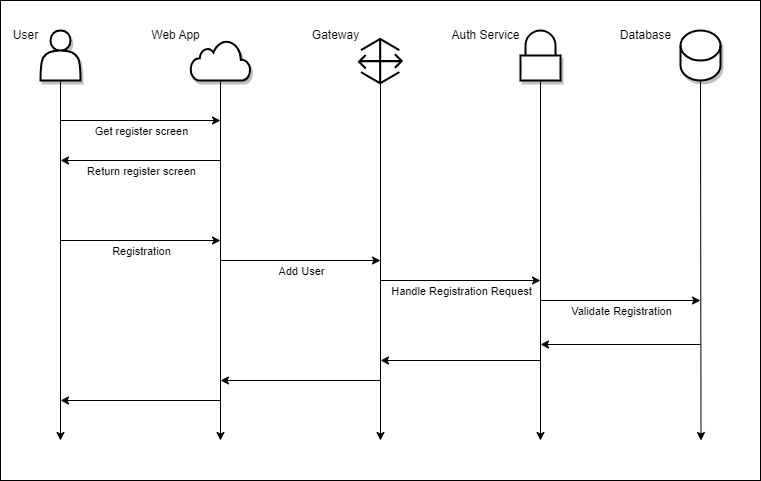
Earlier version of the draw.io export docs/images/06_register.drawio.png (Arquisoft/wiq_es05b). Source tidied: cells renumbered, new cells last; positions are measured from the earlier drawing's top-left corner, leaving out a move shared by most shapes. Source of this version:
```xml
<mxGraphModel>
  <root>
    <mxCell id="0" />
    <mxCell id="1" value="Background" parent="0" />
    <mxCell id="2" style="whiteSpace=wrap;html=1;" parent="1" vertex="1">
      <mxGeometry width="760" height="480" as="geometry" />
    </mxCell>
    <mxCell id="3" style="verticalLabelPosition=bottom;verticalAlign=top;align=center;html=1;fontSize=12;fontStyle=0;shape=mxgraph.aws4.gateway;shadow=0;fillColor=#000000;fontColor=#ffffff;strokeColor=none;strokeWidth=1;gradientColor=none;perimeterSpacing=1;" parent="1" vertex="1">
      <mxGeometry x="357" y="37" width="45.7" height="47.3" as="geometry" />
    </mxCell>
    <mxCell id="4" value="Diagram" parent="0" />
    <mxCell id="5" style="edgeStyle=none;html=1;startArrow=none;" parent="4" edge="1">
      <mxGeometry relative="1" as="geometry">
        <mxPoint x="60" y="80" as="sourcePoint" />
        <mxPoint x="60" y="440" as="targetPoint" />
      </mxGeometry>
    </mxCell>
    <mxCell id="6" style="shape=actor;whiteSpace=wrap;html=1;shadow=1;strokeWidth=2;" parent="4" vertex="1">
      <mxGeometry x="40" y="30" width="40" height="50" as="geometry" />
    </mxCell>
    <mxCell id="7" style="edgeStyle=none;html=1;exitX=0.5;exitY=1;exitDx=0;exitDy=0;" parent="4" edge="1">
      <mxGeometry relative="1" as="geometry">
        <mxPoint x="220" y="80" as="sourcePoint" />
        <mxPoint x="220" y="440" as="targetPoint" />
      </mxGeometry>
    </mxCell>
    <mxCell id="8" style="edgeStyle=none;html=1;exitX=0.5;exitY=1;exitDx=0;exitDy=0;" parent="4" edge="1">
      <mxGeometry relative="1" as="geometry">
        <mxPoint x="380" y="80" as="sourcePoint" />
        <mxPoint x="380" y="440" as="targetPoint" />
      </mxGeometry>
    </mxCell>
    <mxCell id="9" style="edgeStyle=none;html=1;exitX=0.5;exitY=1;exitDx=0;exitDy=0;exitPerimeter=0;" parent="4" edge="1" source="10">
      <mxGeometry relative="1" as="geometry">
        <mxPoint x="700.5" y="440" as="targetPoint" />
      </mxGeometry>
    </mxCell>
    <mxCell id="10" value="&lt;br&gt;" style="shape=cylinder3;whiteSpace=wrap;html=1;boundedLbl=1;backgroundOutline=1;size=15;shadow=1;sketch=0;fillStyle=auto;fillColor=#FFFFFF;strokeWidth=2;" parent="4" vertex="1">
      <mxGeometry x="680" y="30" width="40" height="50" as="geometry" />
    </mxCell>
    <mxCell id="11" style="endArrow=classic;html=1;" parent="4" edge="1">
      <mxGeometry relative="1" as="geometry">
        <mxPoint x="60" y="120" as="sourcePoint" />
        <mxPoint x="220" y="120" as="targetPoint" />
      </mxGeometry>
    </mxCell>
    <mxCell id="12" value="Get register screen" style="edgeLabel;html=1;align=center;verticalAlign=middle;" parent="11" vertex="1">
      <mxGeometry x="-0.4" y="2" relative="1" as="geometry">
        <mxPoint x="32" y="12" as="offset" />
      </mxGeometry>
    </mxCell>
    <mxCell id="13" style="endArrow=classic;html=1;" parent="4" edge="1">
      <mxGeometry relative="1" as="geometry">
        <mxPoint x="220" y="160" as="sourcePoint" />
        <mxPoint x="60" y="160" as="targetPoint" />
      </mxGeometry>
    </mxCell>
    <mxCell id="14" value="Return register screen" style="edgeLabel;html=1;align=center;verticalAlign=middle;" parent="13" vertex="1">
      <mxGeometry x="-0.17" y="-3" relative="1" as="geometry">
        <mxPoint x="-14" y="13" as="offset" />
      </mxGeometry>
    </mxCell>
    <mxCell id="15" style="edgeStyle=none;orthogonalLoop=1;jettySize=auto;html=1;" parent="4" edge="1">
      <mxGeometry relative="1" as="geometry">
        <mxPoint x="60" y="240" as="sourcePoint" />
        <mxPoint x="220" y="240" as="targetPoint" />
      </mxGeometry>
    </mxCell>
    <mxCell id="16" value="Registration" style="edgeLabel;html=1;align=center;verticalAlign=middle;" parent="15" vertex="1">
      <mxGeometry x="-0.39" relative="1" as="geometry">
        <mxPoint x="31" y="10" as="offset" />
      </mxGeometry>
    </mxCell>
    <mxCell id="17" style="edgeStyle=none;orthogonalLoop=1;jettySize=auto;html=1;" parent="4" edge="1">
      <mxGeometry relative="1" as="geometry">
        <mxPoint x="220" y="260" as="sourcePoint" />
        <mxPoint x="380" y="260" as="targetPoint" />
      </mxGeometry>
    </mxCell>
    <mxCell id="18" value="Add User" style="edgeLabel;html=1;align=center;verticalAlign=middle;" parent="17" vertex="1">
      <mxGeometry x="-0.25" y="-5" relative="1" as="geometry">
        <mxPoint x="20" y="5" as="offset" />
      </mxGeometry>
    </mxCell>
    <mxCell id="19" style="endArrow=classic;html=1;" parent="4" edge="1">
      <mxGeometry relative="1" as="geometry">
        <mxPoint x="380" y="280" as="sourcePoint" />
        <mxPoint x="540" y="280" as="targetPoint" />
      </mxGeometry>
    </mxCell>
    <mxCell id="20" value="Handle Registration Request" style="edgeLabel;html=1;align=center;verticalAlign=middle;" parent="19" vertex="1">
      <mxGeometry x="-0.39" y="3" relative="1" as="geometry">
        <mxPoint x="32" y="13" as="offset" />
      </mxGeometry>
    </mxCell>
    <mxCell id="21" style="endArrow=classic;html=1;" parent="4" edge="1">
      <mxGeometry relative="1" as="geometry">
        <mxPoint x="540" y="80" as="sourcePoint" />
        <mxPoint x="540" y="440" as="targetPoint" />
      </mxGeometry>
    </mxCell>
    <mxCell id="22" style="endArrow=classic;html=1;" parent="4" edge="1">
      <mxGeometry relative="1" as="geometry">
        <mxPoint x="540" y="300" as="sourcePoint" />
        <mxPoint x="700" y="300" as="targetPoint" />
      </mxGeometry>
    </mxCell>
    <mxCell id="23" value="Validate Registration" style="edgeLabel;html=1;align=center;verticalAlign=middle;" parent="22" vertex="1">
      <mxGeometry x="0.15" y="2" relative="1" as="geometry">
        <mxPoint x="-12" y="12" as="offset" />
      </mxGeometry>
    </mxCell>
    <mxCell id="24" style="endArrow=classic;html=1;" parent="4" edge="1">
      <mxGeometry relative="1" as="geometry">
        <mxPoint x="700" y="344" as="sourcePoint" />
        <mxPoint x="540" y="344" as="targetPoint" />
      </mxGeometry>
    </mxCell>
    <mxCell id="25" style="endArrow=classic;html=1;" parent="4" edge="1">
      <mxGeometry relative="1" as="geometry">
        <mxPoint x="540" y="360" as="sourcePoint" />
        <mxPoint x="380" y="360" as="targetPoint" />
      </mxGeometry>
    </mxCell>
    <mxCell id="26" style="endArrow=classic;html=1;" parent="4" edge="1">
      <mxGeometry relative="1" as="geometry">
        <mxPoint x="380" y="380" as="sourcePoint" />
        <mxPoint x="220" y="380" as="targetPoint" />
      </mxGeometry>
    </mxCell>
    <mxCell id="27" style="endArrow=classic;html=1;" parent="4" edge="1">
      <mxGeometry relative="1" as="geometry">
        <mxPoint x="220" y="400" as="sourcePoint" />
        <mxPoint x="60" y="400" as="targetPoint" />
      </mxGeometry>
    </mxCell>
    <mxCell id="28" style="html=1;verticalLabelPosition=bottom;align=center;labelBackgroundColor=#ffffff;verticalAlign=top;strokeWidth=2;strokeColor=#000000;shadow=1;dashed=0;shape=mxgraph.ios7.icons.cloud;" parent="4" vertex="1">
      <mxGeometry x="190" y="40" width="60" height="40" as="geometry" />
    </mxCell>
    <mxCell id="29" value="User" style="text;html=1;align=center;verticalAlign=middle;strokeColor=none;fillColor=none;" parent="4" vertex="1">
      <mxGeometry y="20" width="50" height="30" as="geometry" />
    </mxCell>
    <mxCell id="30" value="Web App" style="text;html=1;align=center;verticalAlign=middle;strokeColor=none;fillColor=none;" parent="4" vertex="1">
      <mxGeometry x="140" y="20" width="70" height="30" as="geometry" />
    </mxCell>
    <mxCell id="31" value="Gateway" style="text;html=1;align=center;verticalAlign=middle;strokeColor=none;fillColor=none;" parent="4" vertex="1">
      <mxGeometry x="300" y="20" width="70" height="30" as="geometry" />
    </mxCell>
    <mxCell id="32" style="html=1;verticalLabelPosition=bottom;align=center;labelBackgroundColor=#ffffff;verticalAlign=top;strokeWidth=2;strokeColor=#000000;shadow=1;dashed=0;shape=mxgraph.ios7.icons.locked;" parent="4" vertex="1">
      <mxGeometry x="520" y="30" width="40" height="50" as="geometry" />
    </mxCell>
    <mxCell id="33" value="Auth Service" style="text;html=1;align=center;verticalAlign=middle;strokeColor=none;fillColor=none;" parent="4" vertex="1">
      <mxGeometry x="440" y="20" width="90" height="30" as="geometry" />
    </mxCell>
    <mxCell id="34" value="Database" style="text;html=1;align=center;verticalAlign=middle;strokeColor=none;fillColor=none;" parent="4" vertex="1">
      <mxGeometry x="610" y="20" width="70" height="30" as="geometry" />
    </mxCell>
  </root>
</mxGraphModel>
```
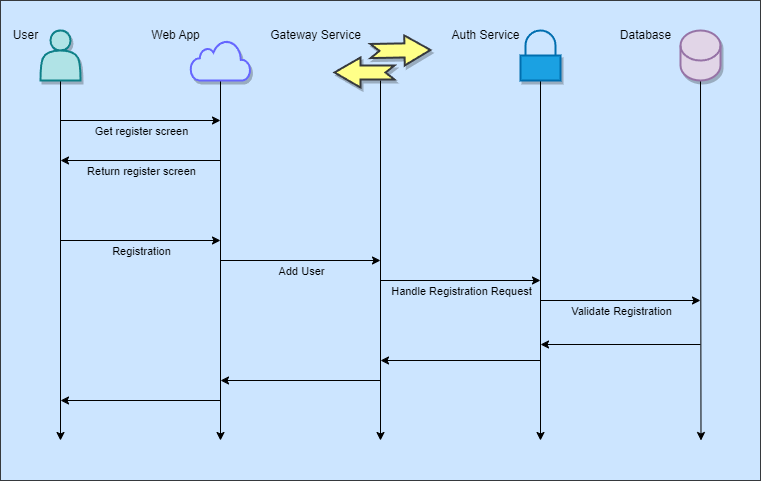
The same file after the commit.

Change to the diagram source:
```diff
@@ -2,12 +2,9 @@
   <root>
     <mxCell id="0" />
     <mxCell id="1" value="Background" parent="0" />
-    <mxCell id="2" style="whiteSpace=wrap;html=1;" parent="1" vertex="1">
+    <mxCell id="2" style="whiteSpace=wrap;html=1;fillColor=#cce5ff;strokeColor=#36393d;" parent="1" vertex="1">
       <mxGeometry width="760" height="480" as="geometry" />
     </mxCell>
-    <mxCell id="3" style="verticalLabelPosition=bottom;verticalAlign=top;align=center;html=1;fontSize=12;fontStyle=0;shape=mxgraph.aws4.gateway;shadow=0;fillColor=#000000;fontColor=#ffffff;strokeColor=none;strokeWidth=1;gradientColor=none;perimeterSpacing=1;" parent="1" vertex="1">
-      <mxGeometry x="357" y="37" width="45.7" height="47.3" as="geometry" />
-    </mxCell>
     <mxCell id="4" value="Diagram" parent="0" />
     <mxCell id="5" style="edgeStyle=none;html=1;startArrow=none;" parent="4" edge="1">
       <mxGeometry relative="1" as="geometry">
@@ -15,7 +12,7 @@
         <mxPoint x="60" y="440" as="targetPoint" />
       </mxGeometry>
     </mxCell>
-    <mxCell id="6" style="shape=actor;whiteSpace=wrap;html=1;shadow=1;strokeWidth=2;" parent="4" vertex="1">
+    <mxCell id="6" style="shape=actor;whiteSpace=wrap;html=1;shadow=1;strokeWidth=2;fillColor=#b0e3e6;strokeColor=#0e8088;" parent="4" vertex="1">
       <mxGeometry x="40" y="30" width="40" height="50" as="geometry" />
     </mxCell>
     <mxCell id="7" style="edgeStyle=none;html=1;exitX=0.5;exitY=1;exitDx=0;exitDy=0;" parent="4" edge="1">
@@ -35,7 +32,7 @@
         <mxPoint x="700.5" y="440" as="targetPoint" />
       </mxGeometry>
     </mxCell>
-    <mxCell id="10" value="&lt;br&gt;" style="shape=cylinder3;whiteSpace=wrap;html=1;boundedLbl=1;backgroundOutline=1;size=15;shadow=1;sketch=0;fillStyle=auto;fillColor=#FFFFFF;strokeWidth=2;" parent="4" vertex="1">
+    <mxCell id="10" value="&lt;br&gt;" style="shape=cylinder3;whiteSpace=wrap;html=1;boundedLbl=1;backgroundOutline=1;size=15;shadow=1;sketch=0;fillStyle=auto;fillColor=#e1d5e7;strokeWidth=2;strokeColor=#9673a6;" parent="4" vertex="1">
       <mxGeometry x="680" y="30" width="40" height="50" as="geometry" />
     </mxCell>
     <mxCell id="11" style="endArrow=classic;html=1;" parent="4" edge="1">
@@ -44,7 +41,7 @@
         <mxPoint x="220" y="120" as="targetPoint" />
       </mxGeometry>
     </mxCell>
-    <mxCell id="12" value="Get register screen" style="edgeLabel;html=1;align=center;verticalAlign=middle;" parent="11" vertex="1">
+    <mxCell id="12" value="Get register screen" style="edgeLabel;html=1;align=center;verticalAlign=middle;labelBackgroundColor=none;" parent="11" vertex="1">
       <mxGeometry x="-0.4" y="2" relative="1" as="geometry">
         <mxPoint x="32" y="12" as="offset" />
       </mxGeometry>
@@ -55,7 +52,7 @@
         <mxPoint x="60" y="160" as="targetPoint" />
       </mxGeometry>
     </mxCell>
-    <mxCell id="14" value="Return register screen" style="edgeLabel;html=1;align=center;verticalAlign=middle;" parent="13" vertex="1">
+    <mxCell id="14" value="Return register screen" style="edgeLabel;html=1;align=center;verticalAlign=middle;labelBackgroundColor=none;" parent="13" vertex="1">
       <mxGeometry x="-0.17" y="-3" relative="1" as="geometry">
         <mxPoint x="-14" y="13" as="offset" />
       </mxGeometry>
@@ -66,7 +63,7 @@
         <mxPoint x="220" y="240" as="targetPoint" />
       </mxGeometry>
     </mxCell>
-    <mxCell id="16" value="Registration" style="edgeLabel;html=1;align=center;verticalAlign=middle;" parent="15" vertex="1">
+    <mxCell id="16" value="Registration" style="edgeLabel;html=1;align=center;verticalAlign=middle;labelBackgroundColor=none;" parent="15" vertex="1">
       <mxGeometry x="-0.39" relative="1" as="geometry">
         <mxPoint x="31" y="10" as="offset" />
       </mxGeometry>
@@ -77,7 +74,7 @@
         <mxPoint x="380" y="260" as="targetPoint" />
       </mxGeometry>
     </mxCell>
-    <mxCell id="18" value="Add User" style="edgeLabel;html=1;align=center;verticalAlign=middle;" parent="17" vertex="1">
+    <mxCell id="18" value="Add User" style="edgeLabel;html=1;align=center;verticalAlign=middle;labelBackgroundColor=none;" parent="17" vertex="1">
       <mxGeometry x="-0.25" y="-5" relative="1" as="geometry">
         <mxPoint x="20" y="5" as="offset" />
       </mxGeometry>
@@ -88,7 +85,7 @@
         <mxPoint x="540" y="280" as="targetPoint" />
       </mxGeometry>
     </mxCell>
-    <mxCell id="20" value="Handle Registration Request" style="edgeLabel;html=1;align=center;verticalAlign=middle;" parent="19" vertex="1">
+    <mxCell id="20" value="Handle Registration Request" style="edgeLabel;html=1;align=center;verticalAlign=middle;labelBackgroundColor=none;" parent="19" vertex="1">
       <mxGeometry x="-0.39" y="3" relative="1" as="geometry">
         <mxPoint x="32" y="13" as="offset" />
       </mxGeometry>
@@ -105,7 +102,7 @@
         <mxPoint x="700" y="300" as="targetPoint" />
       </mxGeometry>
     </mxCell>
-    <mxCell id="23" value="Validate Registration" style="edgeLabel;html=1;align=center;verticalAlign=middle;" parent="22" vertex="1">
+    <mxCell id="23" value="Validate Registration" style="edgeLabel;html=1;align=center;verticalAlign=middle;labelBackgroundColor=none;" parent="22" vertex="1">
       <mxGeometry x="0.15" y="2" relative="1" as="geometry">
         <mxPoint x="-12" y="12" as="offset" />
       </mxGeometry>
@@ -134,7 +131,7 @@
         <mxPoint x="60" y="400" as="targetPoint" />
       </mxGeometry>
     </mxCell>
-    <mxCell id="28" style="html=1;verticalLabelPosition=bottom;align=center;labelBackgroundColor=#ffffff;verticalAlign=top;strokeWidth=2;strokeColor=#000000;shadow=1;dashed=0;shape=mxgraph.ios7.icons.cloud;" parent="4" vertex="1">
+    <mxCell id="28" style="html=1;verticalLabelPosition=bottom;align=center;labelBackgroundColor=#ffffff;verticalAlign=top;strokeWidth=2;strokeColor=#6666FF;shadow=1;dashed=0;shape=mxgraph.ios7.icons.cloud;fillColor=#cce5ff;" parent="4" vertex="1">
       <mxGeometry x="190" y="40" width="60" height="40" as="geometry" />
     </mxCell>
     <mxCell id="29" value="User" style="text;html=1;align=center;verticalAlign=middle;strokeColor=none;fillColor=none;" parent="4" vertex="1">
@@ -143,10 +140,7 @@
     <mxCell id="30" value="Web App" style="text;html=1;align=center;verticalAlign=middle;strokeColor=none;fillColor=none;" parent="4" vertex="1">
       <mxGeometry x="140" y="20" width="70" height="30" as="geometry" />
     </mxCell>
-    <mxCell id="31" value="Gateway" style="text;html=1;align=center;verticalAlign=middle;strokeColor=none;fillColor=none;" parent="4" vertex="1">
-      <mxGeometry x="300" y="20" width="70" height="30" as="geometry" />
-    </mxCell>
-    <mxCell id="32" style="html=1;verticalLabelPosition=bottom;align=center;labelBackgroundColor=#ffffff;verticalAlign=top;strokeWidth=2;strokeColor=#000000;shadow=1;dashed=0;shape=mxgraph.ios7.icons.locked;" parent="4" vertex="1">
+    <mxCell id="32" style="html=1;verticalLabelPosition=bottom;align=center;labelBackgroundColor=#ffffff;verticalAlign=top;strokeWidth=2;strokeColor=#006EAF;shadow=1;dashed=0;shape=mxgraph.ios7.icons.locked;fillColor=#1ba1e2;fontColor=#ffffff;" parent="4" vertex="1">
       <mxGeometry x="520" y="30" width="40" height="50" as="geometry" />
     </mxCell>
     <mxCell id="33" value="Auth Service" style="text;html=1;align=center;verticalAlign=middle;strokeColor=none;fillColor=none;" parent="4" vertex="1">
@@ -155,5 +149,17 @@
     <mxCell id="34" value="Database" style="text;html=1;align=center;verticalAlign=middle;strokeColor=none;fillColor=none;" parent="4" vertex="1">
       <mxGeometry x="610" y="20" width="70" height="30" as="geometry" />
     </mxCell>
+    <mxCell id="3" value="Gateway Service" style="text;html=1;align=center;verticalAlign=middle;strokeColor=none;fillColor=none;" parent="4" vertex="1">
+      <mxGeometry x="260" y="20" width="110" height="30" as="geometry" />
+    </mxCell>
+    <mxCell id="35" style="group;" parent="4" vertex="1">
+      <mxGeometry x="334" y="37.5" width="92.3" height="49.5" as="geometry" />
+    </mxCell>
+    <mxCell id="36" style="html=1;shadow=1;dashed=0;align=center;verticalAlign=middle;shape=mxgraph.arrows2.arrow;dy=0.53;dx=26;flipH=1;notch=9;labelBackgroundColor=none;strokeWidth=2;fillColor=#ffff88;strokeColor=#36393d;" parent="35" vertex="1">
+      <mxGeometry y="19.5" width="60" height="30" as="geometry" />
+    </mxCell>
+    <mxCell id="37" style="html=1;shadow=1;dashed=0;align=center;verticalAlign=middle;shape=mxgraph.arrows2.arrow;dy=0.53;dx=26;flipH=1;notch=9;labelBackgroundColor=none;strokeWidth=2;rotation=-181;fillColor=#ffff88;strokeColor=#36393d;" parent="35" vertex="1">
+      <mxGeometry x="36" y="-2.5" width="60" height="30" as="geometry" />
+    </mxCell>
   </root>
 </mxGraphModel>
```
